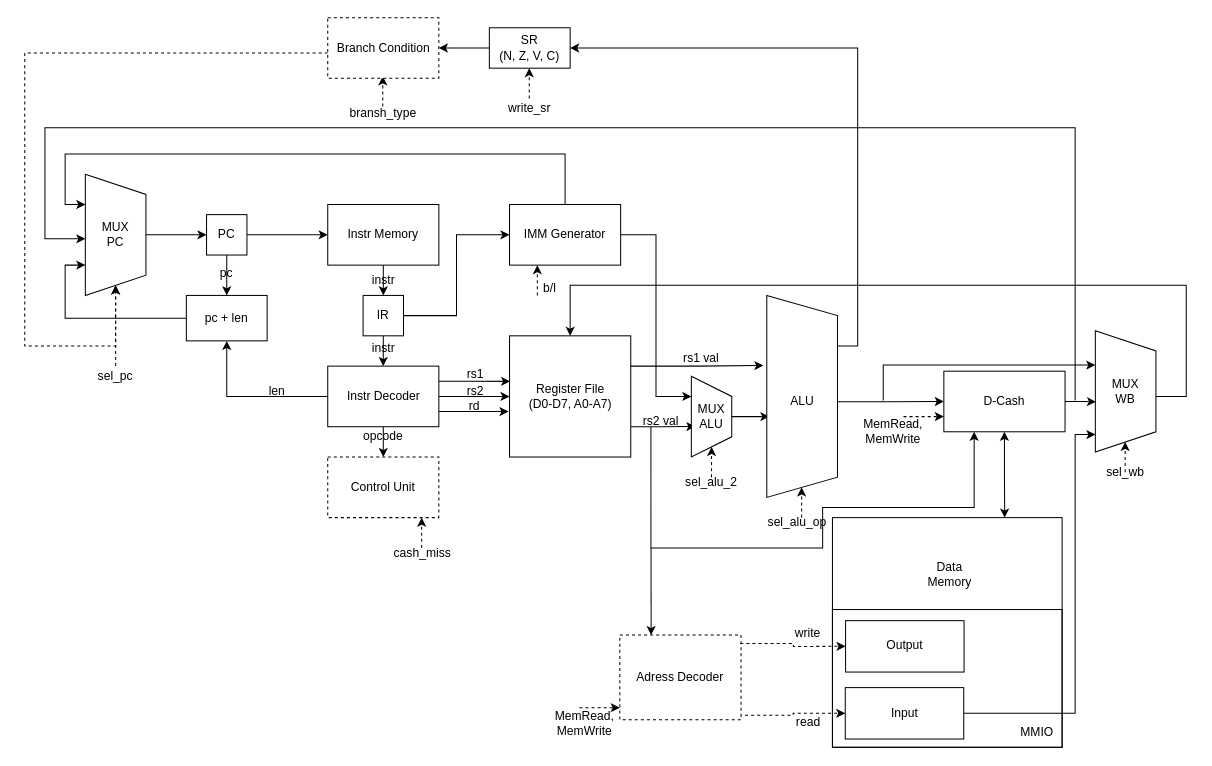
This is page "Страница-1" (1 of 2) of m68.drawio from Weeelp/m68k-architecture, a draw.io file, before an edit. Source tidied: cells renumbered, new cells numbered last; positions are measured from the earlier drawing's top-left corner, leaving out a move shared by most shapes. Both pictures are drawn from the tidied source at 101%, with x=0, y=0 at pixel (24, 17).
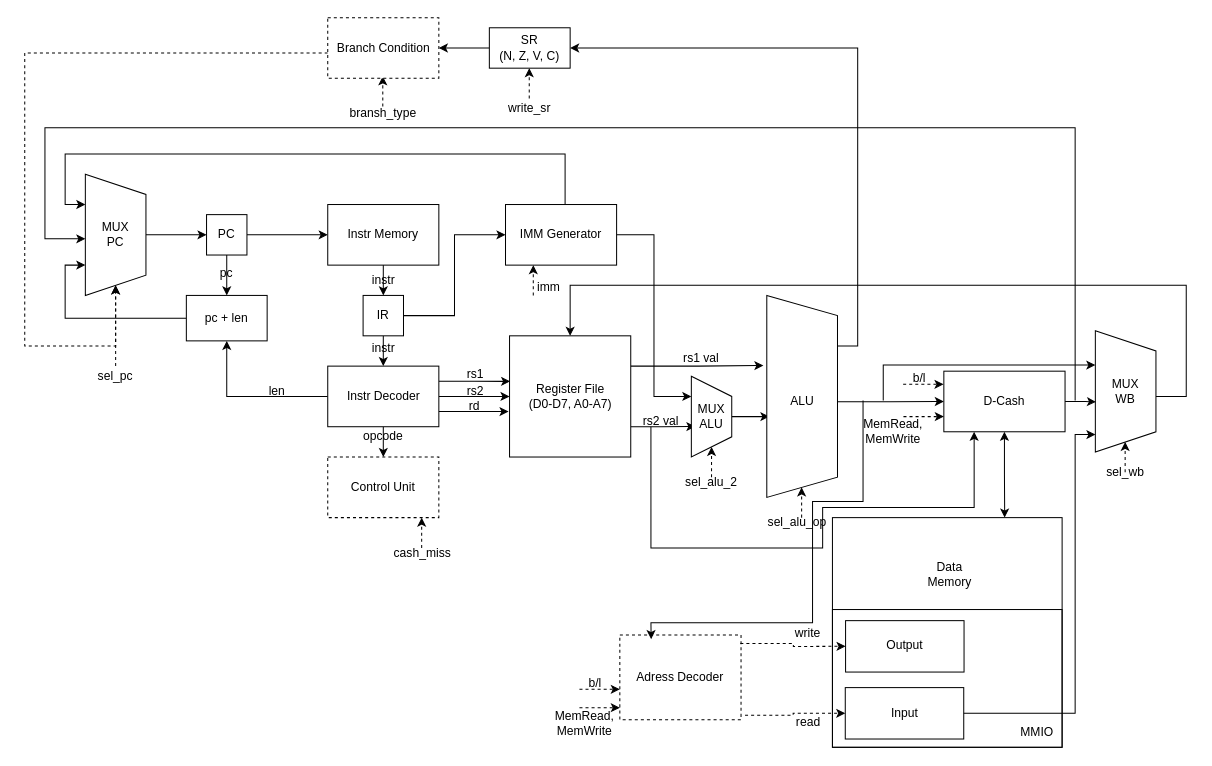
The same page after the edit.

The change refers to these unchanged cells:
```xml
<mxCell id="116" style="group;" parent="1" vertex="1">
  <mxGeometry x="530" y="611.3" width="179.2" height="101.9" as="geometry" />
</mxCell>
```

Diff of the diagram source:
```diff
@@
     <mxCell id="54" style="group;labelBackgroundColor=none;" parent="1" vertex="1">
-      <mxGeometry x="480" y="185" width="110" height="97.5" as="geometry" />
+      <mxGeometry x="476" y="185" width="110" height="97.5" as="geometry" />
     </mxCell>
@@
-    <mxCell id="58" value="b/l" style="text;html=1;whiteSpace=wrap;strokeColor=none;fillColor=none;align=center;verticalAlign=middle;rounded=0;labelBackgroundColor=none;" parent="54" vertex="1">
-      <mxGeometry x="10" y="67.5" width="60" height="30" as="geometry" />
+    <mxCell id="58" value="imm" style="text;html=1;whiteSpace=wrap;strokeColor=none;fillColor=none;align=center;verticalAlign=middle;rounded=0;labelBackgroundColor=none;" parent="54" vertex="1">
+      <mxGeometry x="13" y="66.5" width="60" height="30" as="geometry" />
     </mxCell>
@@
+    <mxCell id="126" style="endArrow=classic;dashed=1;html=1;rounded=0;endFill=1;entryX=1;entryY=0.5;entryDx=0;entryDy=0;labelBackgroundColor=none;fontColor=default;" parent="116" edge="1">
+      <mxGeometry relative="1" as="geometry">
+        <mxPoint x="19.2" y="53.7" as="sourcePoint" />
+        <mxPoint x="59.2" y="53.7" as="targetPoint" />
+      </mxGeometry>
+    </mxCell>
+    <mxCell id="127" value="b/l" style="text;html=1;whiteSpace=wrap;strokeColor=none;fillColor=none;align=center;verticalAlign=middle;rounded=0;labelBackgroundColor=none;" parent="116" vertex="1">
+      <mxGeometry x="5" y="33" width="60" height="30" as="geometry" />
+    </mxCell>
@@
     <mxCell id="125" style="endArrow=classic;html=1;rounded=0;entryX=0.25;entryY=0;entryDx=0;entryDy=0;" parent="1" edge="1">
-      <mxGeometry relative="1" as="geometry">
-        <mxPoint x="620.1" y="525" as="sourcePoint" />
-        <mxPoint x="620.2" y="611.3" as="targetPoint" />
+      <mxGeometry x="-0.06" relative="1" as="geometry">
+        <mxPoint x="830" y="379" as="sourcePoint" />
+        <mxPoint x="620.2" y="615.3" as="targetPoint" />
+        <Array as="points">
+          <mxPoint x="830" y="479" />
+          <mxPoint x="780" y="479" />
+          <mxPoint x="780" y="599" />
+          <mxPoint x="620" y="599" />
+        </Array>
       </mxGeometry>
     </mxCell>
+    <mxCell id="128" value="b/l" style="text;html=1;whiteSpace=wrap;strokeColor=none;fillColor=none;align=center;verticalAlign=middle;rounded=0;labelBackgroundColor=none;" parent="1" vertex="1">
+      <mxGeometry x="856" y="342" width="60" height="30" as="geometry" />
+    </mxCell>
+    <mxCell id="129" style="endArrow=classic;dashed=1;html=1;rounded=0;endFill=1;labelBackgroundColor=none;fontColor=default;" parent="1" edge="1">
+      <mxGeometry relative="1" as="geometry">
+        <mxPoint x="869.7" y="363" as="sourcePoint" />
+        <mxPoint x="909.7" y="363" as="targetPoint" />
+      </mxGeometry>
+    </mxCell>
```
